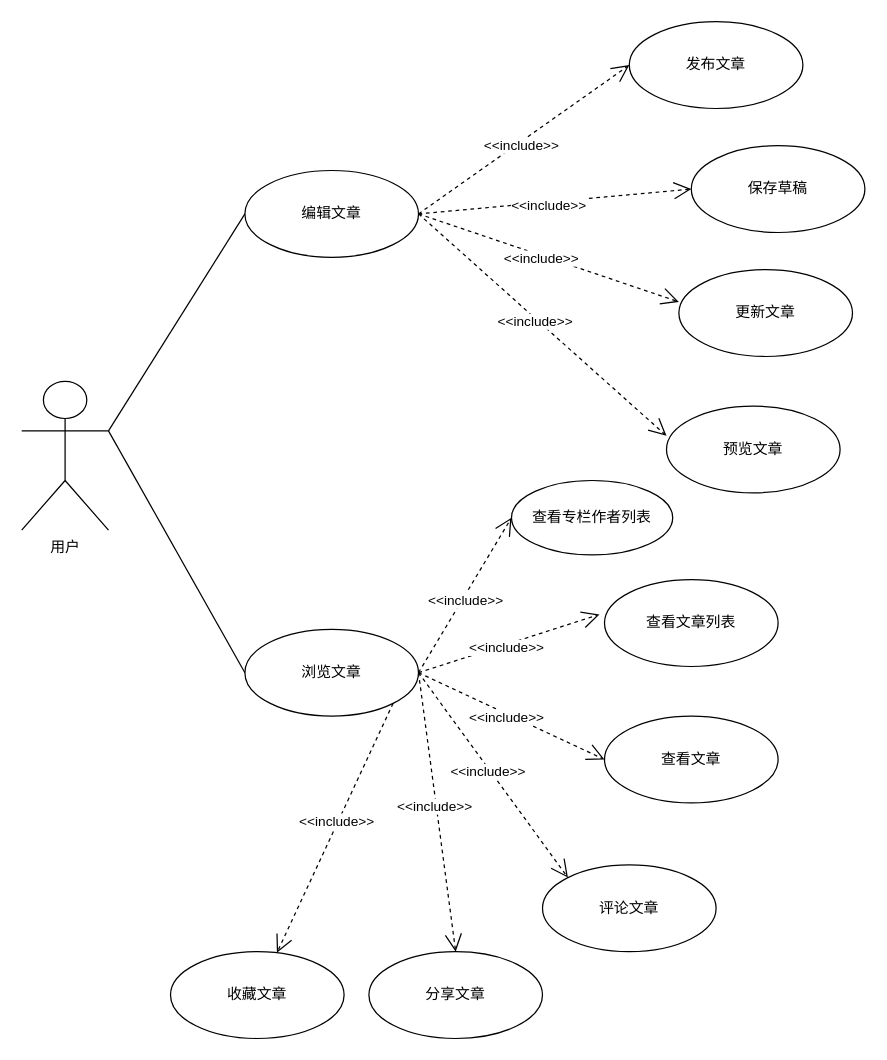
Earlier version of the draw.io diagram Untitled Diagram.drawio (JohnsonGreen/FormalMethod). Source tidied: cells renumbered, new cells numbered last; positions are measured from the earlier drawing's top-left corner, leaving out a move shared by most shapes. Both pictures are drawn from the tidied source at 124%, with x=0, y=0 at pixel (21, 21).
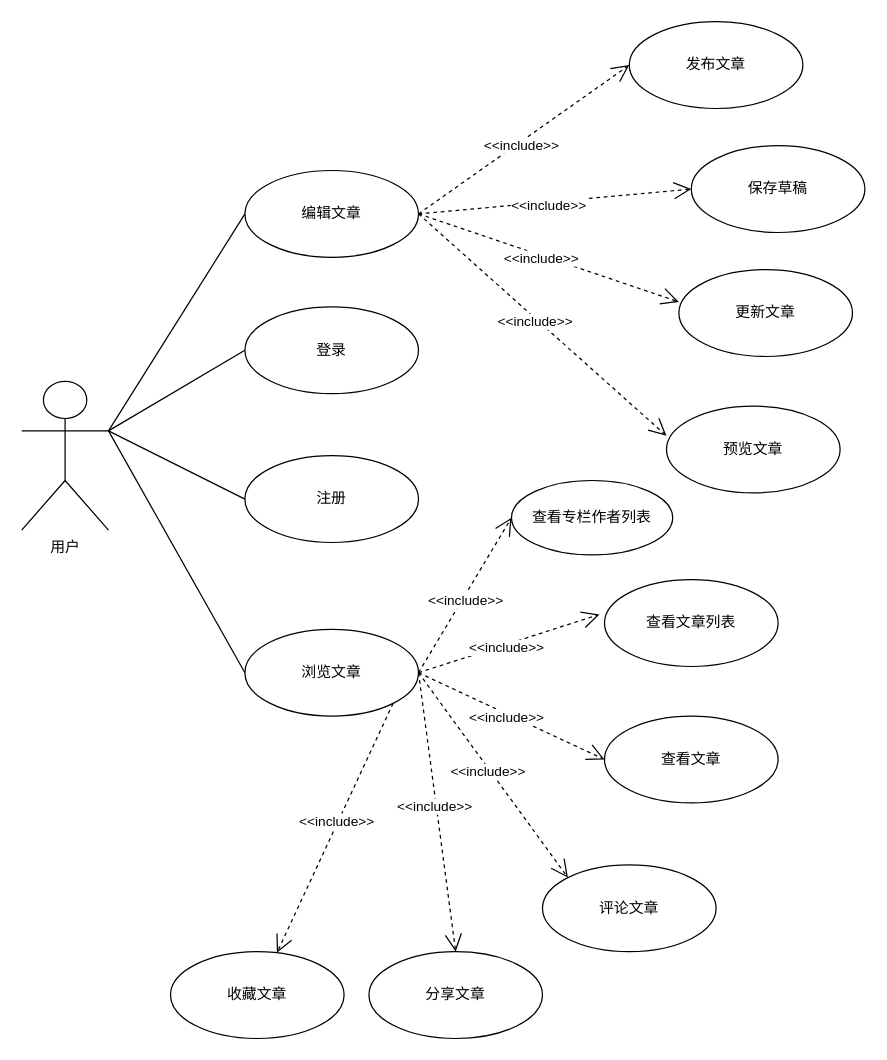
After the change.

What changed in the source:
```diff
@@
+    <mxCell id="37" value="登录" style="ellipse;whiteSpace=wrap;html=1;" parent="1" vertex="1">
+      <mxGeometry x="180" y="230" width="140" height="70" as="geometry" />
+    </mxCell>
+    <mxCell id="38" value="注册" style="ellipse;whiteSpace=wrap;html=1;" parent="1" vertex="1">
+      <mxGeometry x="180" y="350" width="140" height="70" as="geometry" />
+    </mxCell>
+    <mxCell id="39" style="endArrow=none;endFill=0;endSize=12;html=1;entryX=0;entryY=0.5;entryDx=0;entryDy=0;" parent="1" edge="1" target="37">
+      <mxGeometry relative="1" as="geometry">
+        <mxPoint x="70" y="330" as="sourcePoint" />
+      </mxGeometry>
+    </mxCell>
+    <mxCell id="40" style="endArrow=none;endFill=0;endSize=12;html=1;entryX=0;entryY=0.5;entryDx=0;entryDy=0;" parent="1" edge="1" target="38">
+      <mxGeometry relative="1" as="geometry">
+        <mxPoint x="70" y="330" as="sourcePoint" />
+      </mxGeometry>
+    </mxCell>
```
